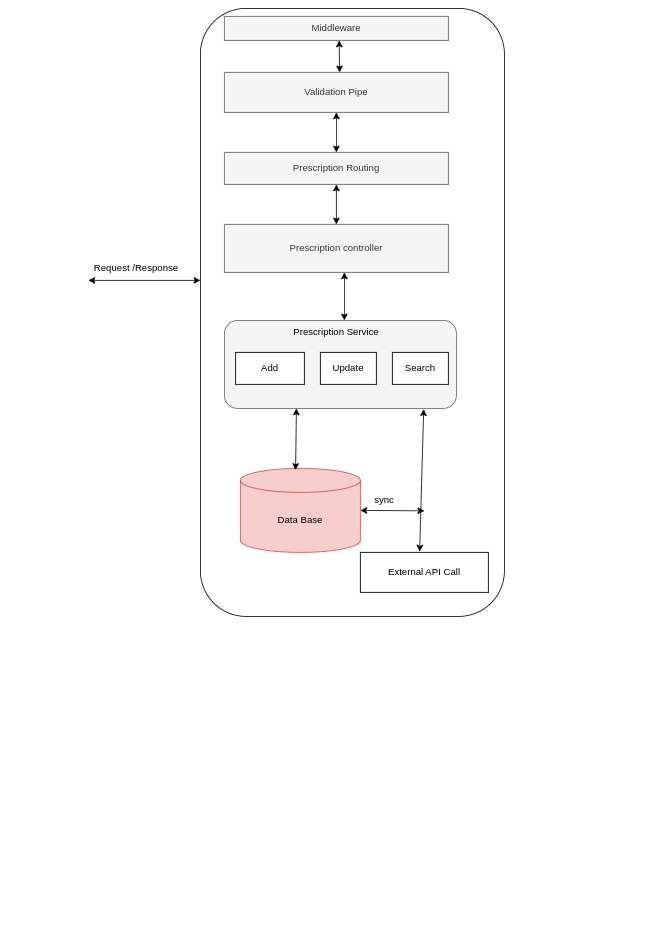
Above: public/Fhir-Architecture.drawio.png in Neeraj3045/fhir-app (draw.io), before the change. Source tidied: cells renumbered, new cells last; positions are measured from the earlier drawing's top-left corner, leaving out a move shared by most shapes.
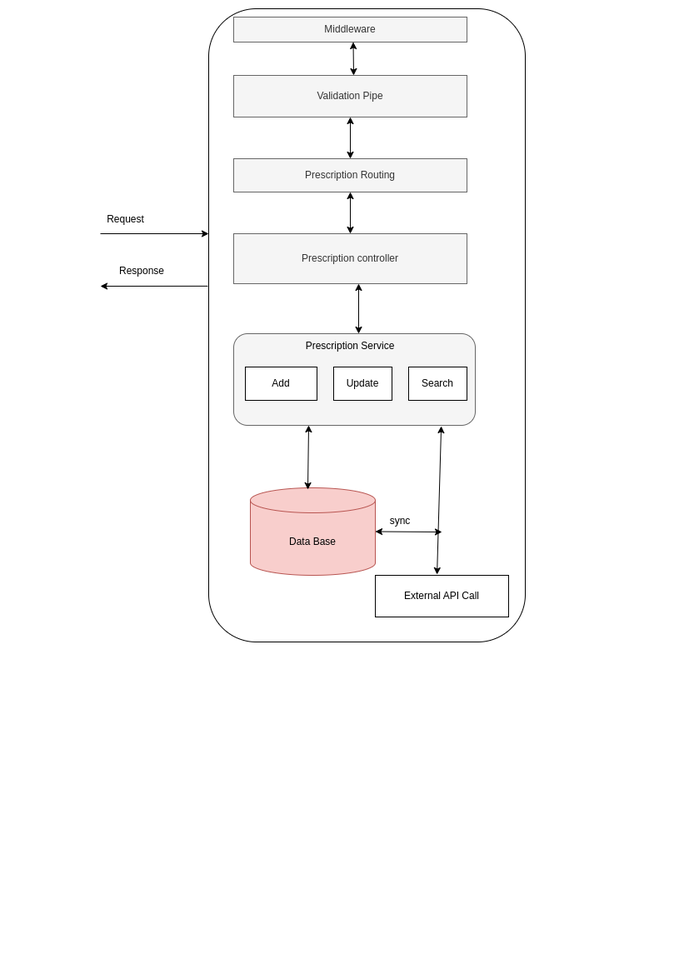
Above is the later version.

Diff of the diagram source:
```diff
@@ -83,14 +83,22 @@
     <mxCell id="23" style="endArrow=classic;startArrow=classic;html=1;rounded=0;exitX=0.5;exitY=0;exitDx=0;exitDy=0;entryX=0.5;entryY=1;entryDx=0;entryDy=0;" parent="1" edge="1" source="3" target="21">
       <mxGeometry relative="1" as="geometry" />
     </mxCell>
-    <mxCell id="24" style="endArrow=classic;startArrow=classic;html=1;rounded=0;" parent="1" edge="1">
-      <mxGeometry relative="1" as="geometry">
-        <mxPoint y="340" as="sourcePoint" />
-        <mxPoint x="140" y="340" as="targetPoint" />
-      </mxGeometry>
-    </mxCell>
-    <mxCell id="25" value="Request /Response" style="text;html=1;strokeColor=none;fillColor=none;align=center;verticalAlign=middle;whiteSpace=wrap;rounded=0;" parent="1" vertex="1">
-      <mxGeometry y="310" width="120" height="30" as="geometry" />
-    </mxCell>
+    <mxCell id="26" style="endArrow=classic;html=1;rounded=0;" parent="1" edge="1">
+      <mxGeometry relative="1" as="geometry">
+        <mxPoint x="10" y="270" as="sourcePoint" />
+        <mxPoint x="140" y="270" as="targetPoint" />
+      </mxGeometry>
+    </mxCell>
+    <mxCell id="27" style="endArrow=classic;html=1;rounded=0;exitX=-0.003;exitY=0.438;exitDx=0;exitDy=0;exitPerimeter=0;" parent="1" edge="1" source="2">
+      <mxGeometry relative="1" as="geometry">
+        <mxPoint x="10" y="333" as="targetPoint" />
+      </mxGeometry>
+    </mxCell>
+    <mxCell id="28" value="Request" style="text;html=1;align=center;verticalAlign=middle;strokeColor=none;fillColor=none;" parent="1" vertex="1">
+      <mxGeometry x="5" y="238" width="70" height="30" as="geometry" />
+    </mxCell>
+    <mxCell id="29" value="Response" style="text;html=1;strokeColor=none;fillColor=none;align=center;verticalAlign=middle;whiteSpace=wrap;rounded=0;" parent="1" vertex="1">
+      <mxGeometry x="30" y="300" width="60" height="30" as="geometry" />
+    </mxCell>
   </root>
 </mxGraphModel>
```
